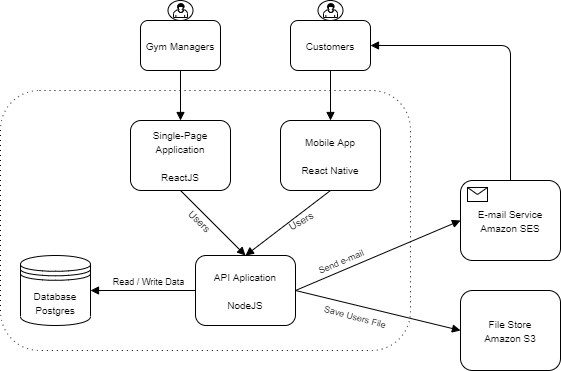
kielkow/GymPoint-Back-End-2.0 keeps this draw.io diagram as GymPoint Arch.png. Above is the earlier version. Source tidied: cells renumbered, new cells last; positions are measured from the earlier drawing's top-left corner, leaving out a move shared by most shapes. Source of this version:
```xml
<mxGraphModel>
  <root>
    <mxCell id="0" />
    <mxCell id="1" parent="0" />
    <mxCell id="2" style="shape=ext;rounded=1;html=1;whiteSpace=wrap;dashed=1;dashPattern=1 4;" parent="1" vertex="1">
      <mxGeometry y="90" width="410" height="260" as="geometry" />
    </mxCell>
    <mxCell id="3" value="&lt;font style=&quot;font-size: 10px&quot;&gt;E-mail Service&lt;br&gt;Amazon SES&lt;/font&gt;" style="html=1;whiteSpace=wrap;rounded=1;" parent="1" vertex="1">
      <mxGeometry x="460" y="180" width="100" height="80" as="geometry" />
    </mxCell>
    <mxCell id="4" style="html=1;shape=message;" parent="3" vertex="1">
      <mxGeometry width="20" height="14" relative="1" as="geometry">
        <mxPoint x="7" y="7" as="offset" />
      </mxGeometry>
    </mxCell>
    <mxCell id="5" value="&lt;font style=&quot;font-size: 10px&quot;&gt;File Store&lt;br&gt;Amazon S3&lt;/font&gt;" style="shape=ext;rounded=1;html=1;whiteSpace=wrap;" parent="1" vertex="1">
      <mxGeometry x="460" y="290" width="100" height="80" as="geometry" />
    </mxCell>
    <mxCell id="6" value="&lt;font style=&quot;font-size: 10px&quot;&gt;Database&lt;br&gt;Postgres&lt;/font&gt;" style="shape=datastore;whiteSpace=wrap;html=1;" parent="1" vertex="1">
      <mxGeometry x="20" y="255" width="70" height="70" as="geometry" />
    </mxCell>
    <mxCell id="7" value="&lt;font style=&quot;font-size: 10px&quot;&gt;API Aplication&lt;br&gt;&lt;br&gt;NodeJS&lt;/font&gt;" style="shape=ext;rounded=1;html=1;whiteSpace=wrap;" parent="1" vertex="1">
      <mxGeometry x="195" y="255" width="100" height="70" as="geometry" />
    </mxCell>
    <mxCell id="8" style="endArrow=block;endFill=1;endSize=6;html=1;entryX=0;entryY=0.5;entryDx=0;entryDy=0;exitX=1;exitY=0.5;exitDx=0;exitDy=0;" parent="1" edge="1" source="7" target="3">
      <mxGeometry relative="1" as="geometry" />
    </mxCell>
    <mxCell id="9" style="endArrow=block;endFill=1;endSize=6;html=1;entryX=0;entryY=0.5;entryDx=0;entryDy=0;exitX=1;exitY=0.5;exitDx=0;exitDy=0;" parent="1" edge="1" source="7" target="5">
      <mxGeometry relative="1" as="geometry" />
    </mxCell>
    <mxCell id="10" value="&lt;font style=&quot;font-size: 9px&quot;&gt;Send e-mail&lt;/font&gt;" style="text;html=1;align=center;verticalAlign=middle;fillColor=none;strokeColor=none;rounded=0;rotation=-23;" parent="1" vertex="1">
      <mxGeometry x="310" y="250" width="60" height="20" as="geometry" />
    </mxCell>
    <mxCell id="11" value="&lt;font style=&quot;font-size: 9px&quot;&gt;Save Users File&lt;/font&gt;" style="text;html=1;align=center;verticalAlign=middle;fillColor=none;strokeColor=none;rounded=0;rotation=15;" parent="1" vertex="1">
      <mxGeometry x="315" y="305" width="80" height="20" as="geometry" />
    </mxCell>
    <mxCell id="12" style="endArrow=block;endFill=1;endSize=6;html=1;exitX=0;exitY=0.5;exitDx=0;exitDy=0;entryX=1;entryY=0.5;entryDx=0;entryDy=0;" parent="1" edge="1" source="7" target="6">
      <mxGeometry relative="1" as="geometry" />
    </mxCell>
    <mxCell id="13" value="&lt;font style=&quot;font-size: 9px&quot;&gt;Read / Write Data&lt;/font&gt;" style="text;html=1;align=center;verticalAlign=middle;fillColor=none;strokeColor=none;rounded=0;rotation=0;" parent="1" vertex="1">
      <mxGeometry x="102.5" y="270" width="90" height="20" as="geometry" />
    </mxCell>
    <mxCell id="14" value="&lt;font style=&quot;font-size: 10px&quot;&gt;Single-Page Application&lt;br&gt;&lt;br&gt;ReactJS&lt;/font&gt;" style="shape=ext;rounded=1;html=1;whiteSpace=wrap;" parent="1" vertex="1">
      <mxGeometry x="130" y="120" width="100" height="70" as="geometry" />
    </mxCell>
    <mxCell id="15" value="&lt;font style=&quot;font-size: 10px&quot;&gt;Mobile App&lt;br&gt;&lt;br&gt;React Native&lt;/font&gt;" style="shape=ext;rounded=1;html=1;whiteSpace=wrap;" parent="1" vertex="1">
      <mxGeometry x="280" y="120" width="100" height="70" as="geometry" />
    </mxCell>
    <mxCell id="16" style="endArrow=block;endFill=1;endSize=6;html=1;exitX=0.5;exitY=1;exitDx=0;exitDy=0;entryX=0.5;entryY=0;entryDx=0;entryDy=0;" parent="1" edge="1" source="14" target="7">
      <mxGeometry relative="1" as="geometry" />
    </mxCell>
    <mxCell id="17" style="endArrow=block;endFill=1;endSize=6;html=1;entryX=0.5;entryY=0;entryDx=0;entryDy=0;exitX=0.5;exitY=1;exitDx=0;exitDy=0;" parent="1" edge="1" source="15" target="7">
      <mxGeometry relative="1" as="geometry" />
    </mxCell>
    <mxCell id="18" value="&lt;font size=&quot;1&quot;&gt;Users&lt;/font&gt;" style="text;html=1;align=center;verticalAlign=middle;fillColor=none;strokeColor=none;rounded=0;rotation=45;" parent="1" vertex="1">
      <mxGeometry x="180" y="210" width="40" height="20" as="geometry" />
    </mxCell>
    <mxCell id="19" value="&lt;font size=&quot;1&quot;&gt;Users&lt;/font&gt;" style="text;html=1;align=center;verticalAlign=middle;fillColor=none;strokeColor=none;rounded=0;rotation=-30;" parent="1" vertex="1">
      <mxGeometry x="280" y="210" width="40" height="20" as="geometry" />
    </mxCell>
    <mxCell id="20" style="shape=mxgraph.bpmn.shape;html=1;verticalLabelPosition=bottom;labelBackgroundColor=#ffffff;verticalAlign=top;align=center;perimeter=ellipsePerimeter;outline=standard;symbol=general;" parent="1" vertex="1">
      <mxGeometry x="167.5" width="25" height="20" as="geometry" />
    </mxCell>
    <mxCell id="21" value="&lt;font style=&quot;font-size: 10px&quot;&gt;Gym Managers&lt;/font&gt;" style="shape=ext;rounded=1;html=1;whiteSpace=wrap;" parent="1" vertex="1">
      <mxGeometry x="140" y="20" width="80" height="50" as="geometry" />
    </mxCell>
    <mxCell id="22" style="endArrow=block;endFill=1;endSize=6;html=1;exitX=0.5;exitY=1;exitDx=0;exitDy=0;entryX=0.5;entryY=0;entryDx=0;entryDy=0;" parent="1" edge="1" source="21" target="14">
      <mxGeometry relative="1" as="geometry" />
    </mxCell>
    <mxCell id="23" style="shape=mxgraph.bpmn.shape;html=1;verticalLabelPosition=bottom;labelBackgroundColor=#ffffff;verticalAlign=top;align=center;perimeter=ellipsePerimeter;outline=standard;symbol=general;" parent="1" vertex="1">
      <mxGeometry x="317.5" width="25" height="20" as="geometry" />
    </mxCell>
    <mxCell id="24" value="&lt;font style=&quot;font-size: 10px&quot;&gt;Customers&lt;/font&gt;" style="shape=ext;rounded=1;html=1;whiteSpace=wrap;" parent="1" vertex="1">
      <mxGeometry x="290" y="20" width="80" height="50" as="geometry" />
    </mxCell>
    <mxCell id="25" style="endArrow=block;endFill=1;endSize=6;html=1;exitX=0.5;exitY=1;exitDx=0;exitDy=0;" parent="1" edge="1" source="24" target="15">
      <mxGeometry relative="1" as="geometry" />
    </mxCell>
    <mxCell id="26" style="shape=mxgraph.bpmn.user_task;html=1;" parent="1" vertex="1">
      <mxGeometry x="323" y="3" width="14" height="14" as="geometry" />
    </mxCell>
    <mxCell id="27" style="shape=mxgraph.bpmn.user_task;html=1;" parent="1" vertex="1">
      <mxGeometry x="173" y="3" width="14" height="14" as="geometry" />
    </mxCell>
    <mxCell id="28" style="endArrow=block;endFill=1;endSize=6;html=1;exitX=0.5;exitY=0;exitDx=0;exitDy=0;entryX=1;entryY=0.5;entryDx=0;entryDy=0;" parent="1" edge="1" source="3" target="24">
      <mxGeometry relative="1" as="geometry">
        <Array as="points">
          <mxPoint x="510" y="45" />
        </Array>
      </mxGeometry>
    </mxCell>
  </root>
</mxGraphModel>
```
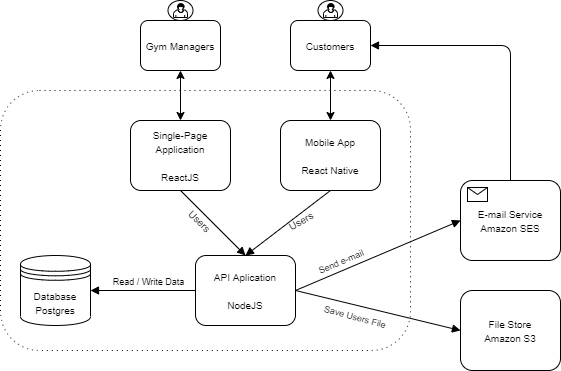
The same diagram one commit later.

Change to the diagram source:
```diff
@@ -64,18 +64,12 @@
     <mxCell id="21" value="&lt;font style=&quot;font-size: 10px&quot;&gt;Gym Managers&lt;/font&gt;" style="shape=ext;rounded=1;html=1;whiteSpace=wrap;" parent="1" vertex="1">
       <mxGeometry x="140" y="20" width="80" height="50" as="geometry" />
     </mxCell>
-    <mxCell id="22" style="endArrow=block;endFill=1;endSize=6;html=1;exitX=0.5;exitY=1;exitDx=0;exitDy=0;entryX=0.5;entryY=0;entryDx=0;entryDy=0;" parent="1" edge="1" source="21" target="14">
-      <mxGeometry relative="1" as="geometry" />
-    </mxCell>
     <mxCell id="23" style="shape=mxgraph.bpmn.shape;html=1;verticalLabelPosition=bottom;labelBackgroundColor=#ffffff;verticalAlign=top;align=center;perimeter=ellipsePerimeter;outline=standard;symbol=general;" parent="1" vertex="1">
       <mxGeometry x="317.5" width="25" height="20" as="geometry" />
     </mxCell>
     <mxCell id="24" value="&lt;font style=&quot;font-size: 10px&quot;&gt;Customers&lt;/font&gt;" style="shape=ext;rounded=1;html=1;whiteSpace=wrap;" parent="1" vertex="1">
       <mxGeometry x="290" y="20" width="80" height="50" as="geometry" />
     </mxCell>
-    <mxCell id="25" style="endArrow=block;endFill=1;endSize=6;html=1;exitX=0.5;exitY=1;exitDx=0;exitDy=0;" parent="1" edge="1" source="24" target="15">
-      <mxGeometry relative="1" as="geometry" />
-    </mxCell>
     <mxCell id="26" style="shape=mxgraph.bpmn.user_task;html=1;" parent="1" vertex="1">
       <mxGeometry x="323" y="3" width="14" height="14" as="geometry" />
     </mxCell>
@@ -89,5 +83,11 @@
         </Array>
       </mxGeometry>
     </mxCell>
+    <mxCell id="29" style="endArrow=classic;startArrow=classic;html=1;exitX=0.5;exitY=0;exitDx=0;exitDy=0;entryX=0.5;entryY=1;entryDx=0;entryDy=0;" parent="1" edge="1" source="14" target="21">
+      <mxGeometry relative="1" as="geometry" />
+    </mxCell>
+    <mxCell id="30" style="endArrow=classic;startArrow=classic;html=1;exitX=0.5;exitY=0;exitDx=0;exitDy=0;entryX=0.5;entryY=1;entryDx=0;entryDy=0;" parent="1" edge="1" source="15" target="24">
+      <mxGeometry relative="1" as="geometry" />
+    </mxCell>
   </root>
 </mxGraphModel>
```
